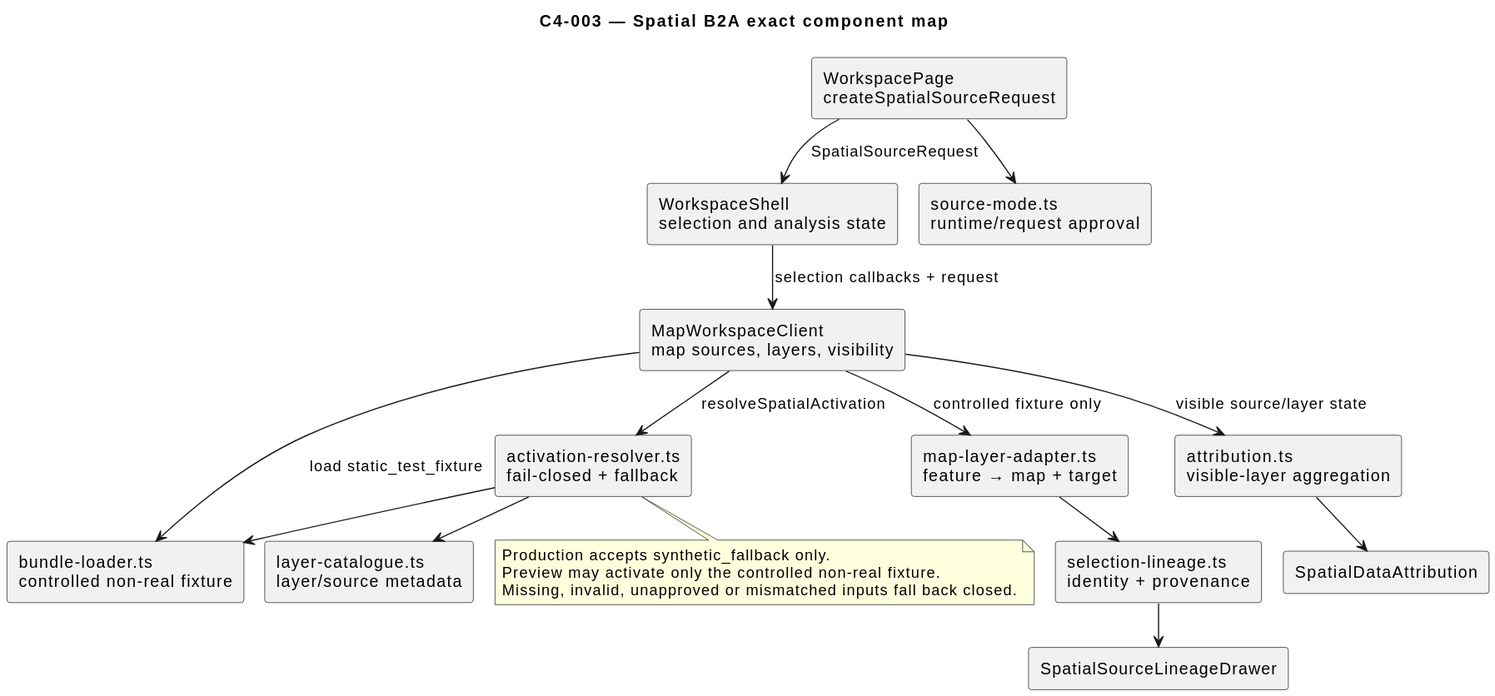
This is docs/artifacts/rendered/C4-003-spatial-b2a-components.svg from mmgolikov/geoai-mvp, a PlantUML export, as it was before one commit. Source of this version:
```plantuml
@startuml
!pragma layout smetana
title C4-003 — Spatial B2A exact component map
skinparam backgroundColor #FFFFFF
skinparam shadowing false
skinparam componentStyle rectangle
skinparam defaultFontName Arial

component "WorkspacePage\ncreateSpatialSourceRequest" as Page
component "WorkspaceShell\nselection and analysis state" as Shell
component "MapWorkspaceClient\nmap sources, layers, visibility" as Map
component "source-mode.ts\nruntime/request approval" as SourceMode
component "bundle-loader.ts\ncontrolled non-real fixture" as Bundle
component "activation-resolver.ts\nfail-closed + fallback" as Activation
component "layer-catalogue.ts\nlayer/source metadata" as Catalogue
component "map-layer-adapter.ts\nfeature → map + target" as Adapter
component "selection-lineage.ts\nidentity + provenance" as Lineage
component "attribution.ts\nvisible-layer aggregation" as Attribution
component "SpatialDataAttribution" as AttributionUI
component "SpatialSourceLineageDrawer" as LineageUI

Page --> SourceMode
Page --> Shell : SpatialSourceRequest
Shell --> Map : selection callbacks + request
Map --> Bundle : load static_test_fixture
Map --> Activation : resolveSpatialActivation
Activation --> Catalogue
Activation --> Bundle
Map --> Adapter : controlled fixture only
Adapter --> Lineage
Map --> Attribution : visible source/layer state
Attribution --> AttributionUI
Lineage --> LineageUI

note bottom of Activation
Production accepts synthetic_fallback only.
Preview may activate only the controlled non-real fixture.
Missing, invalid, unapproved or mismatched inputs fall back closed.
end note
@enduml
```
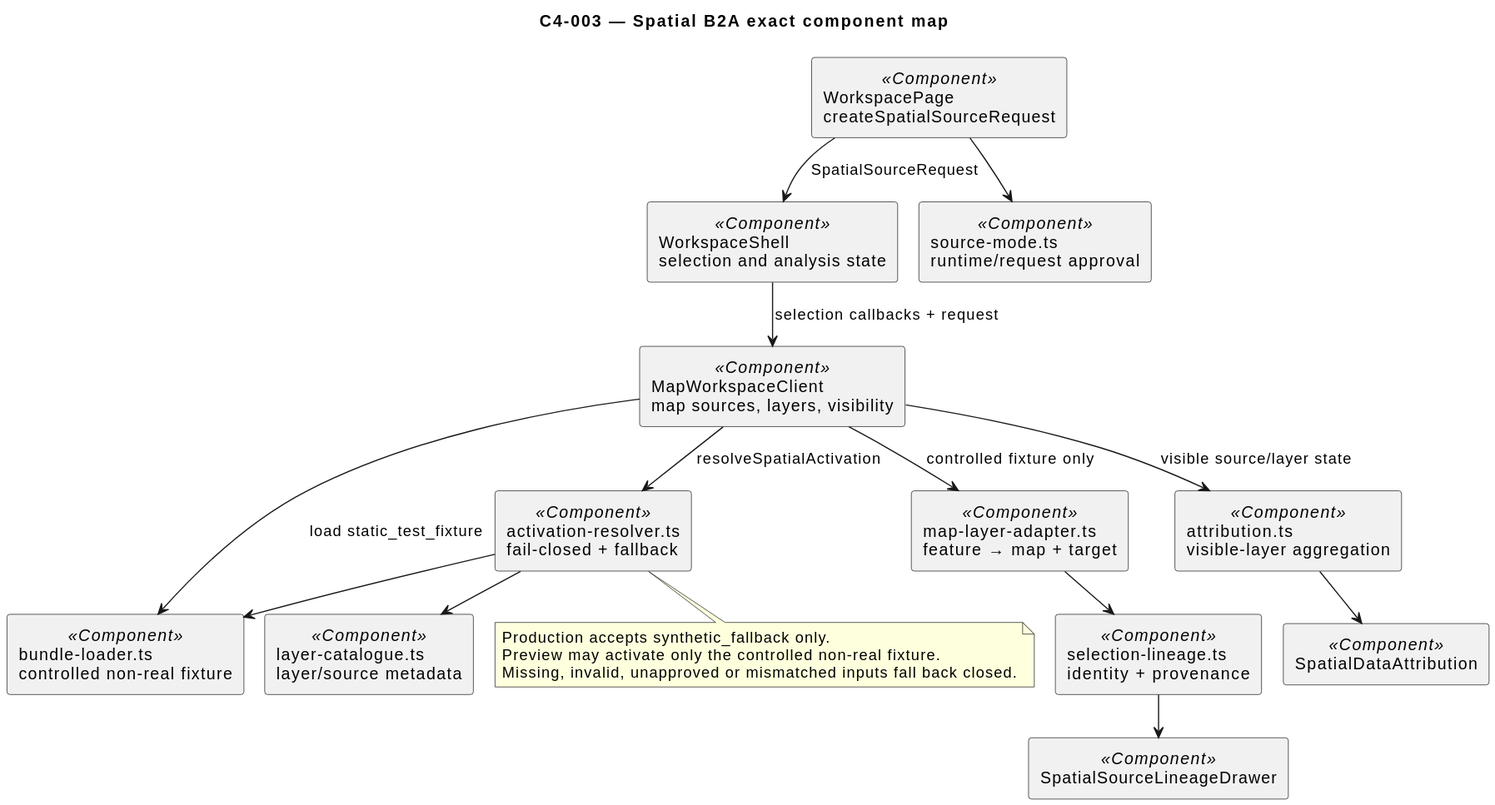
The same diagram one commit later.

Diff of the diagram source:
```diff
@@ -6,18 +6,18 @@
 skinparam componentStyle rectangle
 skinparam defaultFontName Arial
 
-component "WorkspacePage\ncreateSpatialSourceRequest" as Page
-component "WorkspaceShell\nselection and analysis state" as Shell
-component "MapWorkspaceClient\nmap sources, layers, visibility" as Map
-component "source-mode.ts\nruntime/request approval" as SourceMode
-component "bundle-loader.ts\ncontrolled non-real fixture" as Bundle
-component "activation-resolver.ts\nfail-closed + fallback" as Activation
-component "layer-catalogue.ts\nlayer/source metadata" as Catalogue
-component "map-layer-adapter.ts\nfeature → map + target" as Adapter
-component "selection-lineage.ts\nidentity + provenance" as Lineage
-component "attribution.ts\nvisible-layer aggregation" as Attribution
-component "SpatialDataAttribution" as AttributionUI
-component "SpatialSourceLineageDrawer" as LineageUI
+component "WorkspacePage\ncreateSpatialSourceRequest" as Page <<Component>>
+component "WorkspaceShell\nselection and analysis state" as Shell <<Component>>
+component "MapWorkspaceClient\nmap sources, layers, visibility" as Map <<Component>>
+component "source-mode.ts\nruntime/request approval" as SourceMode <<Component>>
+component "bundle-loader.ts\ncontrolled non-real fixture" as Bundle <<Component>>
+component "activation-resolver.ts\nfail-closed + fallback" as Activation <<Component>>
+component "layer-catalogue.ts\nlayer/source metadata" as Catalogue <<Component>>
+component "map-layer-adapter.ts\nfeature → map + target" as Adapter <<Component>>
+component "selection-lineage.ts\nidentity + provenance" as Lineage <<Component>>
+component "attribution.ts\nvisible-layer aggregation" as Attribution <<Component>>
+component "SpatialDataAttribution" as AttributionUI <<Component>>
+component "SpatialSourceLineageDrawer" as LineageUI <<Component>>
 
 Page --> SourceMode
 Page --> Shell : SpatialSourceRequest
```
